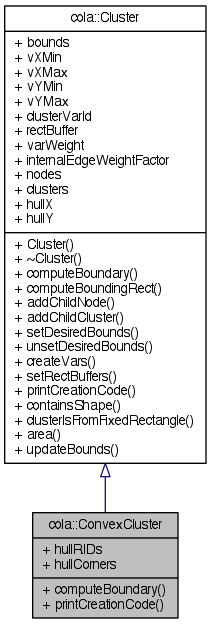
Earlier version of the Graphviz export documentation/classcola_1_1ConvexCluster__inherit__graph.png (mjwybrow/adaptagrams). Its source is kept beside it as documentation/classcola_1_1ConvexCluster__inherit__graph.dot.
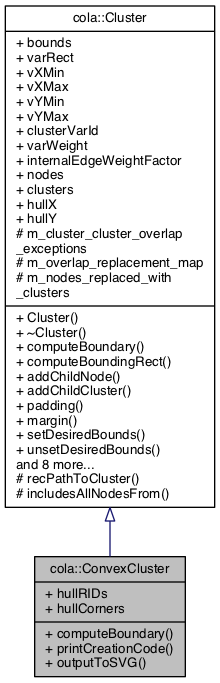
Later version of the same file.

What changed in the source:
```diff
@@ -2,7 +2,7 @@
 {
   edge [fontname="Helvetica",fontsize="10",labelfontname="Helvetica",labelfontsize="10"];
   node [fontname="Helvetica",fontsize="10",shape=record];
-  Node1 [label="{cola::ConvexCluster\n|+ hullRIDs\l+ hullCorners\l|+ computeBoundary()\l+ printCreationCode()\l}",height=0.2,width=0.4,color="black", fillcolor="grey75", style="filled" fontcolor="black"];
+  Node1 [label="{cola::ConvexCluster\n|+ hullRIDs\l+ hullCorners\l|+ computeBoundary()\l+ printCreationCode()\l+ outputToSVG()\l}",height=0.2,width=0.4,color="black", fillcolor="grey75", style="filled", fontcolor="black"];
   Node2 -> Node1 [dir="back",color="midnightblue",fontsize="10",style="solid",arrowtail="onormal",fontname="Helvetica"];
-  Node2 [label="{cola::Cluster\n|+ bounds\l+ vXMin\l+ vXMax\l+ vYMin\l+ vYMax\l+ clusterVarId\l+ rectBuffer\l+ varWeight\l+ internalEdgeWeightFactor\l+ nodes\l+ clusters\l+ hullX\l+ hullY\l|+ Cluster()\l+ ~Cluster()\l+ computeBoundary()\l+ computeBoundingRect()\l+ addChildNode()\l+ addChildCluster()\l+ setDesiredBounds()\l+ unsetDesiredBounds()\l+ createVars()\l+ setRectBuffers()\l+ printCreationCode()\l+ containsShape()\l+ clusterIsFromFixedRectangle()\l+ area()\l+ updateBounds()\l}",height=0.2,width=0.4,color="black", fillcolor="white", style="filled",URL="$classcola_1_1Cluster.html",tooltip="A cluster defines a hierarchical partitioning over the nodes which should be kept disjoint by the lay..."];
+  Node2 [label="{cola::Cluster\n|+ bounds\l+ varRect\l+ vXMin\l+ vXMax\l+ vYMin\l+ vYMax\l+ clusterVarId\l+ varWeight\l+ internalEdgeWeightFactor\l+ nodes\l+ clusters\l+ hullX\l+ hullY\l# m_cluster_cluster_overlap\l_exceptions\l# m_overlap_replacement_map\l# m_nodes_replaced_with\l_clusters\l|+ Cluster()\l+ ~Cluster()\l+ computeBoundary()\l+ computeBoundingRect()\l+ addChildNode()\l+ addChildCluster()\l+ padding()\l+ margin()\l+ setDesiredBounds()\l+ unsetDesiredBounds()\land 8 more...\l# recPathToCluster()\l# includesAllNodesFrom()\l}",height=0.2,width=0.4,color="black", fillcolor="white", style="filled",URL="$classcola_1_1Cluster.html",tooltip="A cluster defines a hierarchical partitioning over the nodes which should be kept disjoint by the lay..."];
 }
```
